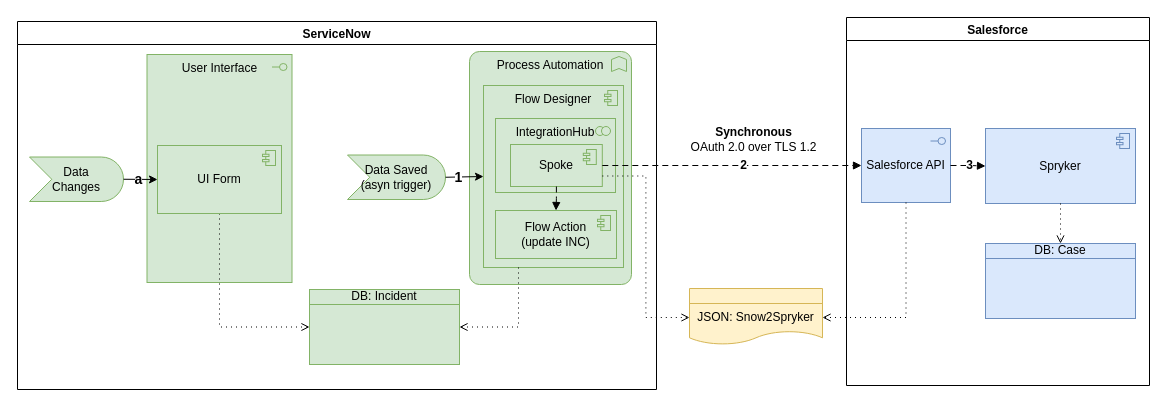
This is page "Async:SN2SF" (7 of 8) of SNowSpryker.drawio from algimas/tmp, a draw.io file, before an edit. Source tidied: cells renumbered, new cells numbered last; positions are measured from the earlier drawing's top-left corner, leaving out a move shared by most shapes. Both pictures are drawn from the tidied source at 100%, with x=0, y=0 at pixel (17, 17).
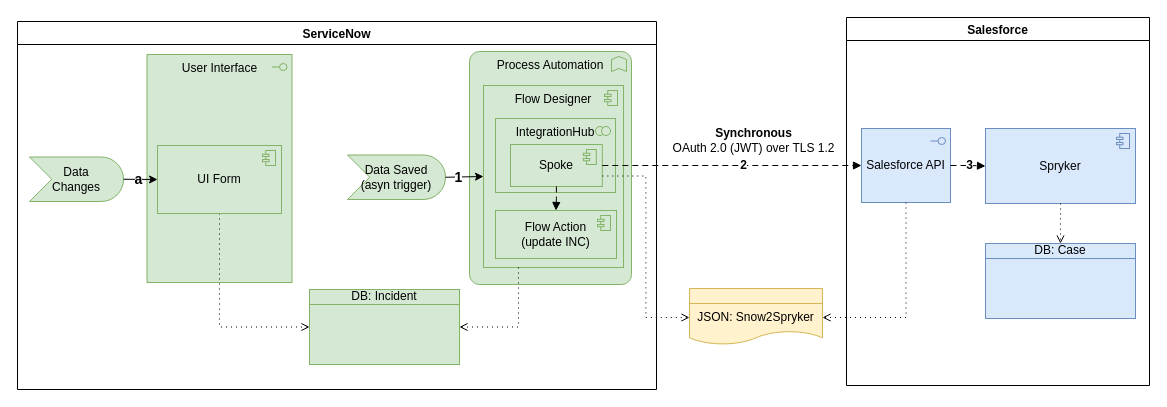
The same diagram, later.

What changed in the source:
```diff
@@
-    <mxCell id="20" value="&lt;div&gt;&lt;b&gt;Synchronous&lt;/b&gt;&lt;/div&gt;&lt;div&gt;OAuth 2.0 over TLS 1.2&lt;/div&gt;" style="text;html=1;align=center;verticalAlign=middle;strokeColor=none;fillColor=none;" parent="1" vertex="1">
-      <mxGeometry x="668" y="106" width="136" height="32" as="geometry" />
+    <mxCell id="20" value="&lt;div&gt;&lt;b&gt;Synchronous&lt;/b&gt;&lt;/div&gt;&lt;div&gt;OAuth 2.0 (JWT) over TLS 1.2&lt;/div&gt;" style="text;html=1;align=center;verticalAlign=middle;strokeColor=none;fillColor=none;" parent="1" vertex="1">
+      <mxGeometry x="646" y="102" width="180" height="41" as="geometry" />
     </mxCell>
```
